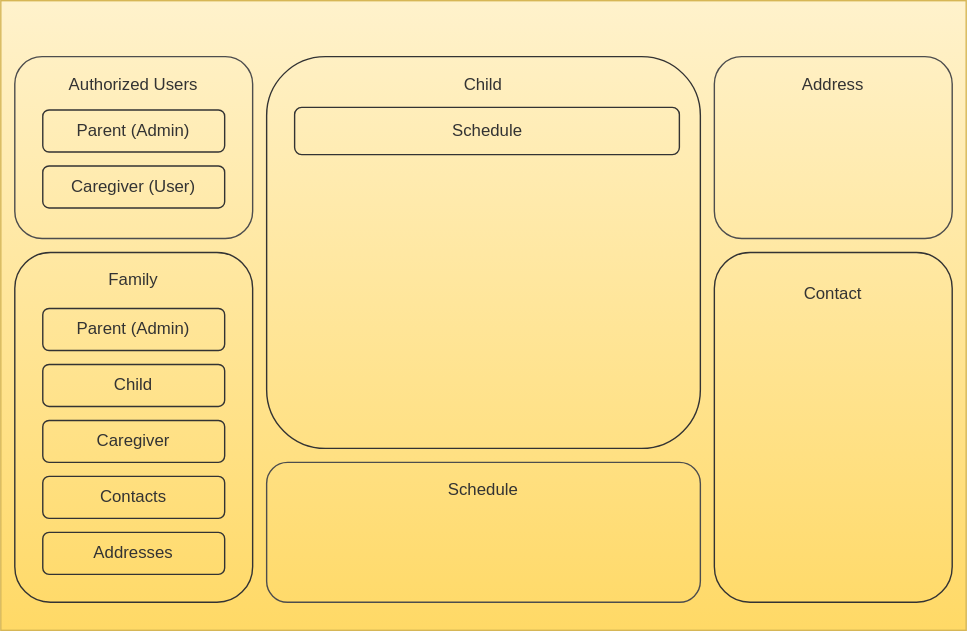
Earlier version of the draw.io export ourVillage.drawio.svg (juliaseid/ourVillage). Source tidied: cells renumbered, new cells last; positions are measured from the earlier drawing's top-left corner, leaving out a move shared by most shapes.
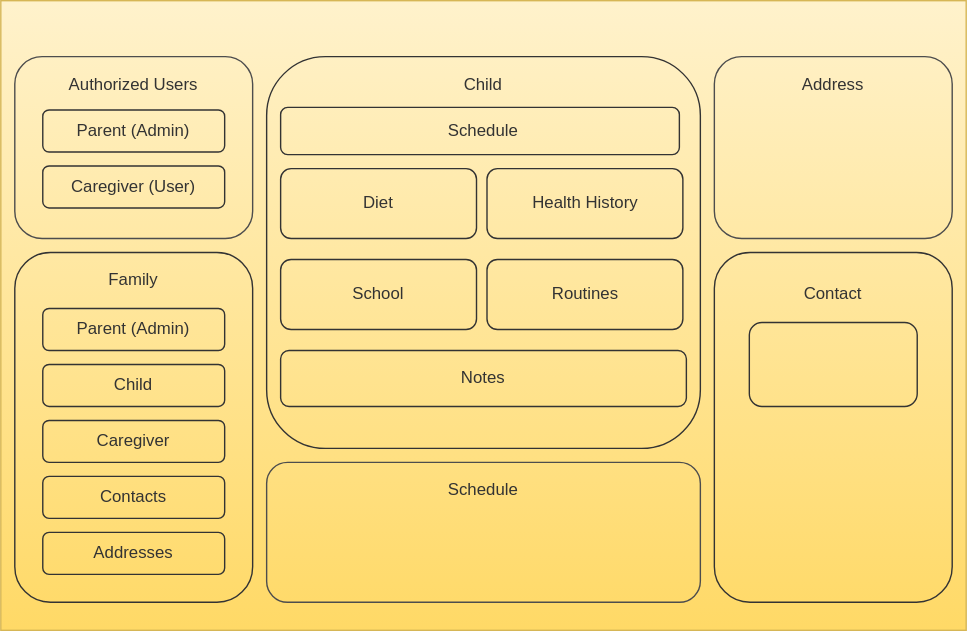
Later version of the same file.

Commit message:
more detail on class diagram

What changed in the source:
```diff
@@ -78,10 +78,10 @@
       <mxGeometry x="325" y="50" width="40" height="20" as="geometry" />
     </mxCell>
     <mxCell id="27" style="rounded=1;whiteSpace=wrap;html=1;strokeColor=#333333;fillColor=none;fontColor=#333333;" parent="1" vertex="1">
-      <mxGeometry x="210" y="76.3" width="275" height="33.7" as="geometry" />
+      <mxGeometry x="200" y="76.3" width="285" height="33.7" as="geometry" />
     </mxCell>
     <mxCell id="28" value="Schedule" style="text;html=1;strokeColor=none;fillColor=none;align=center;verticalAlign=middle;whiteSpace=wrap;rounded=0;fontColor=#333333;" parent="1" vertex="1">
-      <mxGeometry x="312.5" y="83.1" width="70" height="20" as="geometry" />
+      <mxGeometry x="310" y="83.1" width="70" height="20" as="geometry" />
     </mxCell>
     <mxCell id="29" value="Address" style="text;html=1;strokeColor=none;fillColor=none;align=center;verticalAlign=middle;whiteSpace=wrap;rounded=0;fontColor=#333333;" parent="1" vertex="1">
       <mxGeometry x="575" y="50" width="40" height="20" as="geometry" />
@@ -92,5 +92,29 @@
     <mxCell id="31" value="Schedule" style="text;html=1;strokeColor=none;fillColor=none;align=center;verticalAlign=middle;whiteSpace=wrap;rounded=0;fontColor=#333333;" parent="1" vertex="1">
       <mxGeometry x="310" y="340" width="70" height="20" as="geometry" />
     </mxCell>
+    <mxCell id="32" style="rounded=1;whiteSpace=wrap;html=1;strokeColor=#333333;fillColor=none;fontColor=#333333;" parent="1" vertex="1">
+      <mxGeometry x="200" y="120" width="140" height="50" as="geometry" />
+    </mxCell>
+    <mxCell id="33" value="Diet" style="text;html=1;strokeColor=none;fillColor=none;align=center;verticalAlign=middle;whiteSpace=wrap;rounded=0;fontColor=#333333;" parent="1" vertex="1">
+      <mxGeometry x="250" y="135" width="40" height="20" as="geometry" />
+    </mxCell>
+    <mxCell id="34" value="Health History" style="text;html=1;strokeColor=none;fillColor=none;align=center;verticalAlign=middle;whiteSpace=wrap;rounded=0;fontColor=#333333;" parent="1" vertex="1">
+      <mxGeometry x="378.8" y="135" width="77.5" height="20" as="geometry" />
+    </mxCell>
+    <mxCell id="35" value="Routines" style="rounded=1;whiteSpace=wrap;html=1;strokeColor=#333333;fillColor=none;fontColor=#333333;" parent="1" vertex="1">
+      <mxGeometry x="347.5" y="185" width="140" height="50" as="geometry" />
+    </mxCell>
+    <mxCell id="36" value="School" style="rounded=1;whiteSpace=wrap;html=1;strokeColor=#333333;fillColor=none;fontColor=#333333;" parent="1" vertex="1">
+      <mxGeometry x="200" y="185" width="140" height="50" as="geometry" />
+    </mxCell>
+    <mxCell id="37" value="Notes" style="rounded=1;whiteSpace=wrap;html=1;strokeColor=#333333;fillColor=none;fontColor=#333333;" parent="1" vertex="1">
+      <mxGeometry x="200" y="250" width="290" height="40" as="geometry" />
+    </mxCell>
+    <mxCell id="38" style="rounded=1;whiteSpace=wrap;html=1;strokeColor=#333333;fillColor=none;fontColor=#333333;" parent="1" vertex="1">
+      <mxGeometry x="347.5" y="120" width="140" height="50" as="geometry" />
+    </mxCell>
+    <mxCell id="39" style="rounded=1;whiteSpace=wrap;html=1;strokeColor=#333333;fillColor=none;fontColor=#333333;" parent="1" vertex="1">
+      <mxGeometry x="535" y="230" width="120" height="60" as="geometry" />
+    </mxCell>
   </root>
 </mxGraphModel>
```
